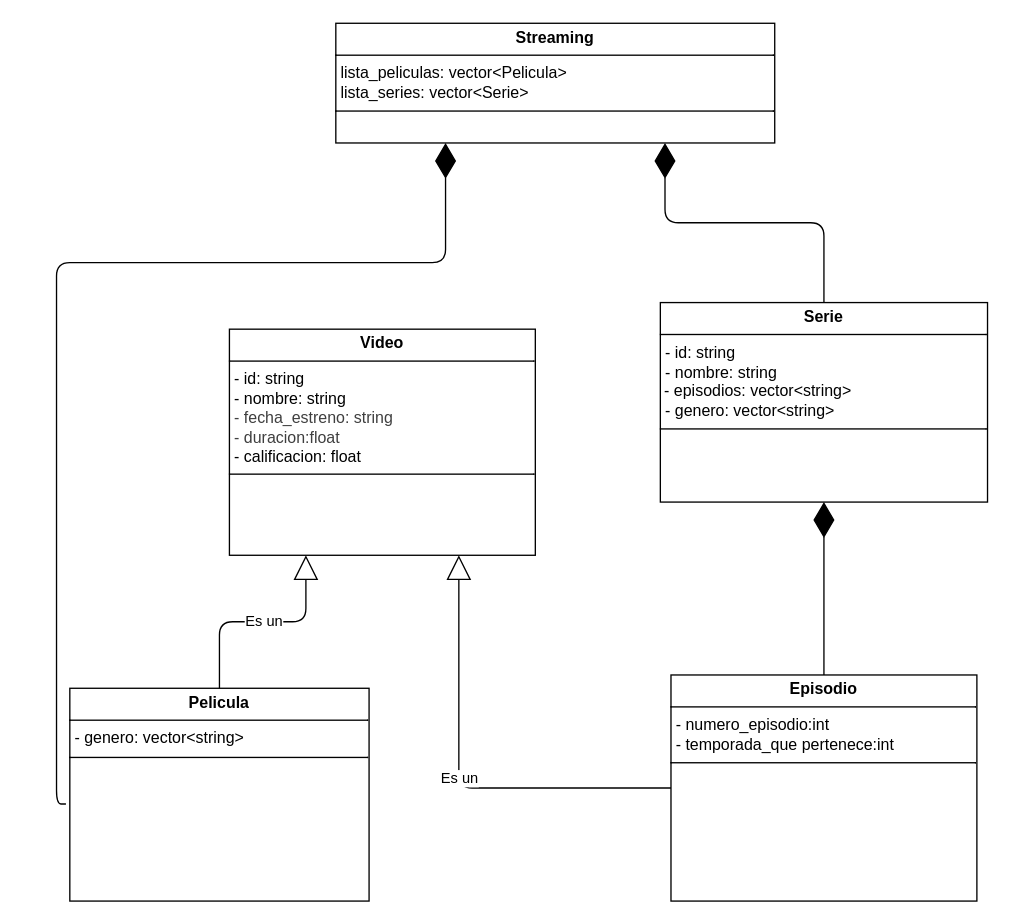
Earlier version of the draw.io diagram integrador-JuanManuelSanchezVelazquez-main/SegundaEntrega/version2.drawio (A01802469/Proyecto-POO). Source tidied: cells renumbered, new cells numbered last; positions are measured from the earlier drawing's top-left corner, leaving out a move shared by most shapes. Both pictures are drawn from the tidied source at 133%, with x=0, y=0 at pixel (56, 23).
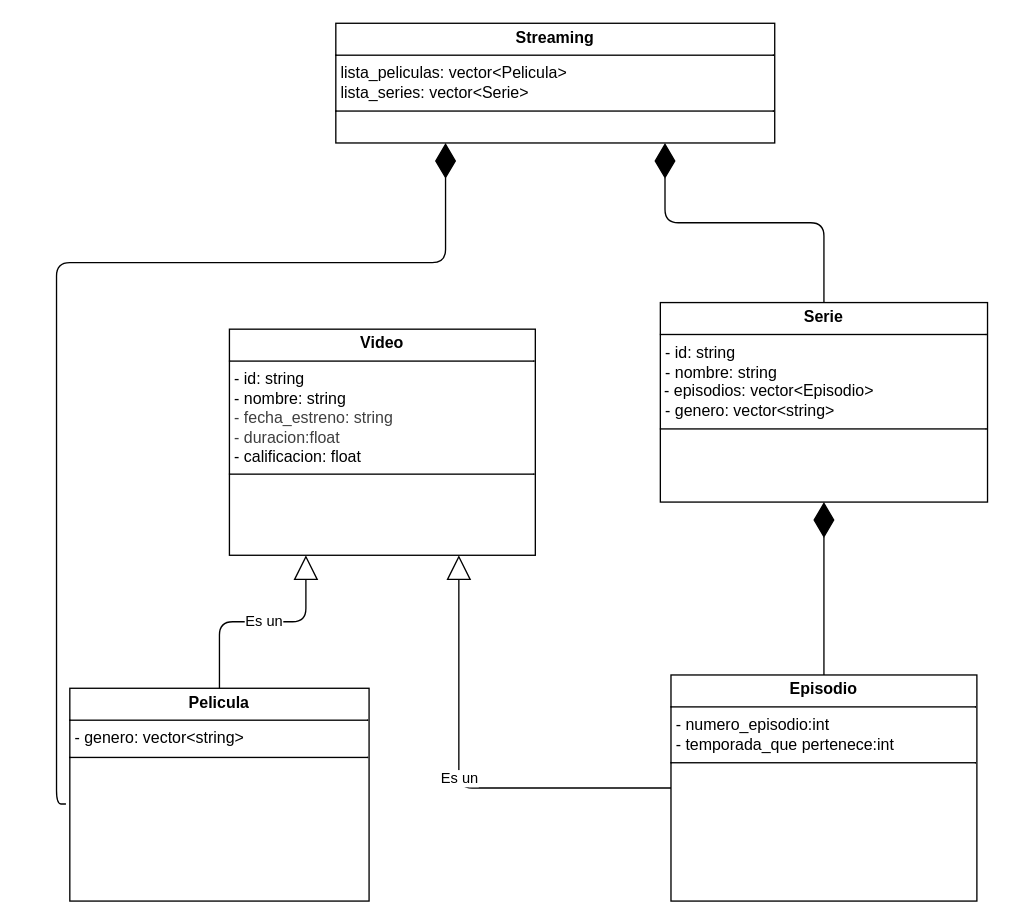
Above is the later version.

Change to the diagram source:
```diff
@@
 <mxGraphModel>
   <root>
     <mxCell id="0" />
     <mxCell id="1" parent="0" />
     <mxCell id="2" value="&lt;p style=&quot;margin:0px;margin-top:4px;text-align:center;&quot;&gt;&lt;b&gt;Streaming&lt;/b&gt;&lt;/p&gt;&lt;hr size=&quot;1&quot; style=&quot;border-style:solid;&quot;&gt;&lt;p style=&quot;margin:0px;margin-left:4px;&quot;&gt;lista_peliculas: vector&amp;lt;Pelicula&amp;gt;&lt;/p&gt;&lt;p style=&quot;margin:0px;margin-left:4px;&quot;&gt;lista_series: vector&amp;lt;Serie&amp;gt;&lt;/p&gt;&lt;hr size=&quot;1&quot; style=&quot;border-style:solid;&quot;&gt;&lt;p style=&quot;margin:0px;margin-left:4px;&quot;&gt;&lt;br&gt;&lt;/p&gt;" style="verticalAlign=top;align=left;overflow=fill;html=1;whiteSpace=wrap;" parent="1" vertex="1">
       <mxGeometry x="210" width="330" height="90" as="geometry" />
     </mxCell>
-    <mxCell id="3" value="&lt;p style=&quot;margin:0px;margin-top:4px;text-align:center;&quot;&gt;&lt;b&gt;Serie&lt;/b&gt;&lt;/p&gt;&lt;hr size=&quot;1&quot; style=&quot;border-style:solid;&quot;&gt;&lt;p style=&quot;margin: 0px 0px 0px 4px;&quot;&gt;- id: string&lt;/p&gt;&lt;p style=&quot;margin: 0px 0px 0px 4px;&quot;&gt;- nombre: string&lt;/p&gt;&amp;nbsp;- episodios: vector&amp;lt;string&amp;gt;&lt;div&gt;&lt;p style=&quot;margin: 0px 0px 0px 4px;&quot;&gt;- genero: vector&amp;lt;string&amp;gt;&lt;/p&gt;&lt;p style=&quot;margin: 0px 0px 0px 4px;&quot;&gt;&lt;span style=&quot;color: rgb(63, 63, 63);&quot;&gt;&lt;/span&gt;&lt;/p&gt;&lt;hr size=&quot;1&quot; style=&quot;border-style:solid;&quot;&gt;&lt;p style=&quot;margin:0px;margin-left:4px;&quot;&gt;&lt;br&gt;&lt;/p&gt;&lt;/div&gt;" style="verticalAlign=top;align=left;overflow=fill;html=1;whiteSpace=wrap;" parent="1" vertex="1">
+    <mxCell id="3" value="&lt;p style=&quot;margin:0px;margin-top:4px;text-align:center;&quot;&gt;&lt;b&gt;Serie&lt;/b&gt;&lt;/p&gt;&lt;hr size=&quot;1&quot; style=&quot;border-style:solid;&quot;&gt;&lt;p style=&quot;margin: 0px 0px 0px 4px;&quot;&gt;- id: string&lt;/p&gt;&lt;p style=&quot;margin: 0px 0px 0px 4px;&quot;&gt;- nombre: string&lt;/p&gt;&amp;nbsp;- episodios: vector&amp;lt;Episodio&amp;gt;&lt;div&gt;&lt;p style=&quot;margin: 0px 0px 0px 4px;&quot;&gt;- genero: vector&amp;lt;string&amp;gt;&lt;/p&gt;&lt;p style=&quot;margin: 0px 0px 0px 4px;&quot;&gt;&lt;span style=&quot;color: rgb(63, 63, 63);&quot;&gt;&lt;/span&gt;&lt;/p&gt;&lt;hr size=&quot;1&quot; style=&quot;border-style:solid;&quot;&gt;&lt;p style=&quot;margin:0px;margin-left:4px;&quot;&gt;&lt;br&gt;&lt;/p&gt;&lt;/div&gt;" style="verticalAlign=top;align=left;overflow=fill;html=1;whiteSpace=wrap;" parent="1" vertex="1">
       <mxGeometry x="454" y="210" width="246" height="150" as="geometry" />
     </mxCell>
     <mxCell id="4" value="&lt;p style=&quot;margin:0px;margin-top:4px;text-align:center;&quot;&gt;&lt;b&gt;Pelicula&lt;/b&gt;&lt;/p&gt;&lt;hr size=&quot;1&quot; style=&quot;border-style:solid;&quot;&gt;&lt;p style=&quot;margin: 0px 0px 0px 4px;&quot;&gt;&lt;span style=&quot;background-color: transparent;&quot;&gt;- genero: vector&amp;lt;string&amp;gt;&lt;/span&gt;&lt;/p&gt;&lt;hr size=&quot;1&quot; style=&quot;border-style:solid;&quot;&gt;&lt;p style=&quot;margin:0px;margin-left:4px;&quot;&gt;&lt;br&gt;&lt;/p&gt;" style="verticalAlign=top;align=left;overflow=fill;html=1;whiteSpace=wrap;" parent="1" vertex="1">
       <mxGeometry x="10" y="500" width="225" height="160" as="geometry" />
     </mxCell>
     <mxCell id="5" value="&lt;p style=&quot;margin:0px;margin-top:4px;text-align:center;&quot;&gt;&lt;b&gt;Episodio&lt;/b&gt;&lt;/p&gt;&lt;hr size=&quot;1&quot; style=&quot;border-style:solid;&quot;&gt;&lt;p style=&quot;margin:0px;margin-left:4px;&quot;&gt;&lt;span style=&quot;background-color: transparent;&quot;&gt;- numero_episodio:int&lt;/span&gt;&lt;/p&gt;&lt;p style=&quot;margin:0px;margin-left:4px;&quot;&gt;- temporada_que pertenece:int&lt;/p&gt;&lt;hr size=&quot;1&quot; style=&quot;border-style:solid;&quot;&gt;&lt;p style=&quot;margin:0px;margin-left:4px;&quot;&gt;&lt;br&gt;&lt;/p&gt;" style="verticalAlign=top;align=left;overflow=fill;html=1;whiteSpace=wrap;" parent="1" vertex="1">
       <mxGeometry x="462" y="490" width="230" height="170" as="geometry" />
     </mxCell>
     <mxCell id="6" style="endArrow=diamondThin;endFill=1;endSize=24;html=1;entryX=0.25;entryY=1;entryDx=0;entryDy=0;exitX=-0.013;exitY=0.544;exitDx=0;exitDy=0;edgeStyle=orthogonalEdgeStyle;exitPerimeter=0;" parent="1" edge="1" source="4" target="2">
       <mxGeometry relative="1" as="geometry">
         <Array as="points">
           <mxPoint y="587" />
           <mxPoint y="180" />
           <mxPoint x="293" y="180" />
         </Array>
       </mxGeometry>
     </mxCell>
     <mxCell id="7" style="endArrow=diamondThin;endFill=1;endSize=24;html=1;entryX=0.75;entryY=1;entryDx=0;entryDy=0;exitX=0.5;exitY=0;exitDx=0;exitDy=0;edgeStyle=orthogonalEdgeStyle;" parent="1" edge="1" source="3" target="2">
       <mxGeometry relative="1" as="geometry" />
     </mxCell>
     <mxCell id="8" style="endArrow=diamondThin;endFill=1;endSize=24;html=1;entryX=0.5;entryY=1;entryDx=0;entryDy=0;exitX=0.5;exitY=0;exitDx=0;exitDy=0;" parent="1" edge="1" source="5" target="3">
       <mxGeometry relative="1" as="geometry" />
     </mxCell>
     <mxCell id="9" value="&lt;p style=&quot;margin:0px;margin-top:4px;text-align:center;&quot;&gt;&lt;b&gt;Video&lt;/b&gt;&lt;/p&gt;&lt;hr size=&quot;1&quot; style=&quot;border-style:solid;&quot;&gt;&lt;p style=&quot;margin:0px;margin-left:4px;&quot;&gt;- id: string&lt;/p&gt;&lt;p style=&quot;margin:0px;margin-left:4px;&quot;&gt;- nombre: string&lt;/p&gt;&lt;p style=&quot;margin:0px;margin-left:4px;&quot;&gt;&lt;span style=&quot;color: rgb(63, 63, 63);&quot;&gt;&lt;span style=&quot;color: rgb(63, 63, 63);&quot;&gt;- fecha_estreno: string&lt;/span&gt;&lt;/span&gt;&lt;/p&gt;&lt;p style=&quot;margin:0px;margin-left:4px;&quot;&gt;&lt;span style=&quot;color: rgb(63, 63, 63);&quot;&gt;- duracion:float&lt;/span&gt;&lt;/p&gt;&lt;p style=&quot;margin: 0px 0px 0px 4px;&quot;&gt;&lt;span style=&quot;background-color: transparent;&quot;&gt;- calificacion: float&lt;/span&gt;&lt;/p&gt;&lt;hr size=&quot;1&quot; style=&quot;border-style:solid;&quot;&gt;&lt;p style=&quot;margin:0px;margin-left:4px;&quot;&gt;&lt;br&gt;&lt;/p&gt;" style="verticalAlign=top;align=left;overflow=fill;html=1;whiteSpace=wrap;" parent="1" vertex="1">
       <mxGeometry x="130" y="230" width="230" height="170" as="geometry" />
     </mxCell>
     <mxCell id="10" value="Es un" style="endArrow=block;endSize=16;endFill=0;html=1;exitX=0.5;exitY=0;exitDx=0;exitDy=0;entryX=0.25;entryY=1;entryDx=0;entryDy=0;edgeStyle=orthogonalEdgeStyle;" parent="1" edge="1" source="4" target="9">
       <mxGeometry relative="1" as="geometry" />
     </mxCell>
     <mxCell id="11" value="Es un" style="endArrow=block;endSize=16;endFill=0;html=1;exitX=0;exitY=0.5;exitDx=0;exitDy=0;entryX=0.75;entryY=1;entryDx=0;entryDy=0;edgeStyle=orthogonalEdgeStyle;" parent="1" edge="1" source="5" target="9">
       <mxGeometry relative="1" as="geometry" />
     </mxCell>
   </root>
 </mxGraphModel>
```
